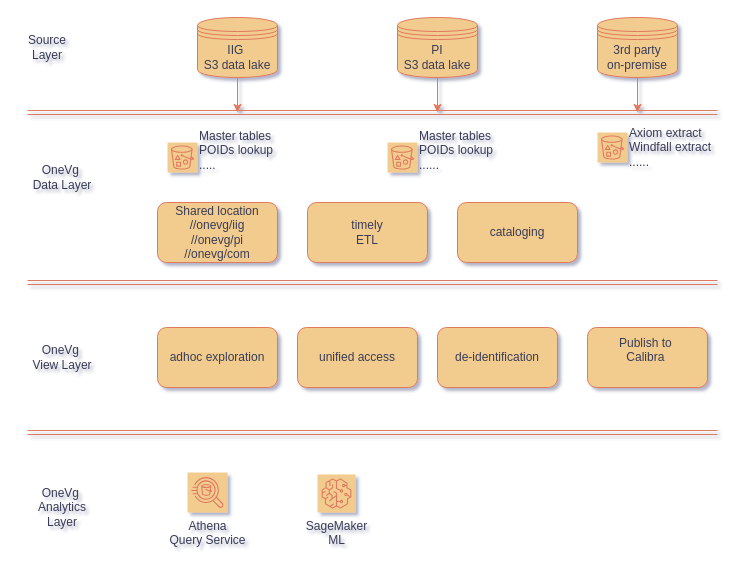
This is page "Page-3" (1 of 3) of vgArch.drawio from yimingli92/clouddigrams, a draw.io file, before an edit. Source tidied: cells renumbered, new cells numbered last; positions are measured from the earlier drawing's top-left corner, leaving out a move shared by most shapes. Both pictures are drawn from the tidied source at 100%, with x=0, y=0 at pixel (17, 17).
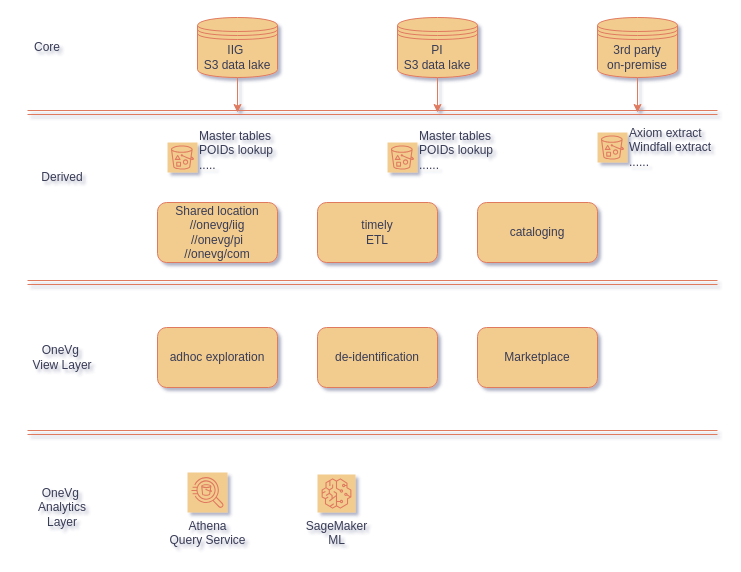
The same page after the edit.

The edit, as a diff of the source:
```diff
@@
-    <mxCell id="8" value="Source&lt;div&gt;Layer&lt;/div&gt;" style="text;html=1;align=center;verticalAlign=middle;whiteSpace=wrap;rounded=0;labelBackgroundColor=none;fontColor=#393C56;" parent="1" vertex="1">
+    <mxCell id="8" value="Core" style="text;html=1;align=center;verticalAlign=middle;whiteSpace=wrap;rounded=0;labelBackgroundColor=none;fontColor=#393C56;" parent="1" vertex="1">
       <mxGeometry y="15" width="60" height="30" as="geometry" />
     </mxCell>
@@
-    <mxCell id="10" value="OneVg&amp;nbsp;&lt;div&gt;Data Layer&lt;/div&gt;" style="text;html=1;align=center;verticalAlign=middle;whiteSpace=wrap;rounded=0;labelBackgroundColor=none;fontColor=#393C56;" parent="1" vertex="1">
+    <mxCell id="10" value="Derived" style="text;html=1;align=center;verticalAlign=middle;whiteSpace=wrap;rounded=0;labelBackgroundColor=none;fontColor=#393C56;" parent="1" vertex="1">
       <mxGeometry x="10" y="145" width="70" height="30" as="geometry" />
     </mxCell>
@@
     <mxCell id="13" value="cataloging" style="rounded=1;whiteSpace=wrap;html=1;labelBackgroundColor=none;fillColor=#F2CC8F;strokeColor=#E07A5F;fontColor=#393C56;" parent="1" vertex="1">
-      <mxGeometry x="440" y="185" width="120" height="60" as="geometry" />
+      <mxGeometry x="460" y="185" width="120" height="60" as="geometry" />
     </mxCell>
@@
-    <mxCell id="15" value="unified access" style="rounded=1;whiteSpace=wrap;html=1;labelBackgroundColor=none;fillColor=#F2CC8F;strokeColor=#E07A5F;fontColor=#393C56;" parent="1" vertex="1">
-      <mxGeometry x="280" y="310" width="120" height="60" as="geometry" />
-    </mxCell>
     <mxCell id="16" value="timely&lt;div&gt;ETL&lt;/div&gt;" style="rounded=1;whiteSpace=wrap;html=1;labelBackgroundColor=none;fillColor=#F2CC8F;strokeColor=#E07A5F;fontColor=#393C56;" parent="1" vertex="1">
-      <mxGeometry x="290" y="185" width="120" height="60" as="geometry" />
+      <mxGeometry x="300" y="185" width="120" height="60" as="geometry" />
     </mxCell>
@@
     <mxCell id="24" value="de-identification" style="rounded=1;whiteSpace=wrap;html=1;labelBackgroundColor=none;fillColor=#F2CC8F;strokeColor=#E07A5F;fontColor=#393C56;" parent="1" vertex="1">
-      <mxGeometry x="420" y="310" width="120" height="60" as="geometry" />
+      <mxGeometry x="300" y="310" width="120" height="60" as="geometry" />
     </mxCell>
-    <mxCell id="25" value="Publish to&amp;nbsp;&lt;div&gt;Calibra&amp;nbsp;&lt;div&gt;&lt;br&gt;&lt;/div&gt;&lt;/div&gt;" style="rounded=1;whiteSpace=wrap;html=1;labelBackgroundColor=none;fillColor=#F2CC8F;strokeColor=#E07A5F;fontColor=#393C56;" parent="1" vertex="1">
-      <mxGeometry x="570" y="310" width="120" height="60" as="geometry" />
+    <mxCell id="25" value="&lt;div&gt;&lt;div&gt;Marketplace&lt;/div&gt;&lt;/div&gt;" style="rounded=1;whiteSpace=wrap;html=1;labelBackgroundColor=none;fillColor=#F2CC8F;strokeColor=#E07A5F;fontColor=#393C56;" parent="1" vertex="1">
+      <mxGeometry x="460" y="310" width="120" height="60" as="geometry" />
     </mxCell>
```
